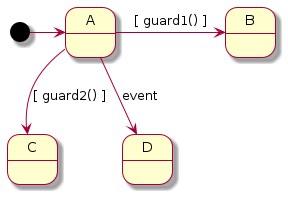
Above: doc/FixBadSwitch2.png in Lecrapouille/PlantUMLStatecharts (PlantUML), before the change.
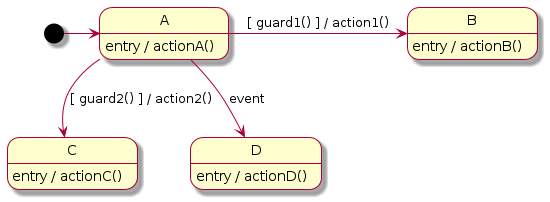
The same file after the commit.

The edit, as a diff of the source:
```diff
@@ -2,9 +2,14 @@
 skin rose
 
 [*] -> A
-A -> B : [ guard1() ]
-A --> C : [ guard2() ]
+A -> B : [ guard1() ] / action1()
+A --> C : [ guard2() ] / action2()
 A --> D : event
+
+A : entry / actionA()
+B : entry / actionB()
+C : entry / actionC()
+D : entry / actionD()
 
 
 @enduml
```
